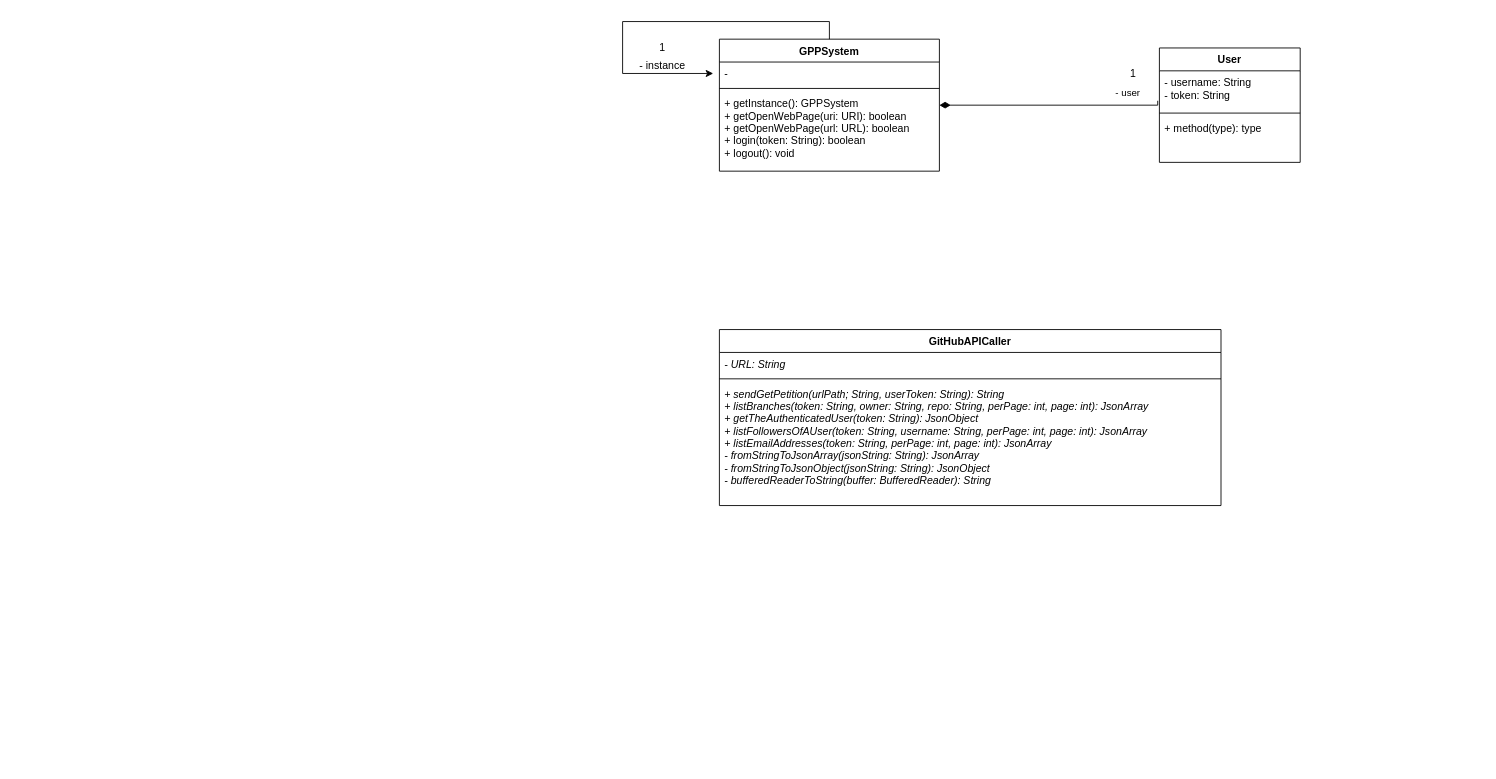
AitorMelero/GitHub_Parser_Project keeps this draw.io diagram as diagrams/GPP_diagram.drawio. Above is the earlier version. Source tidied: cells renumbered, new cells numbered last; positions are measured from the earlier drawing's top-left corner, leaving out a move shared by most shapes. Both pictures are drawn from the tidied source at 88%, with x=0, y=0 at pixel (622, 21).
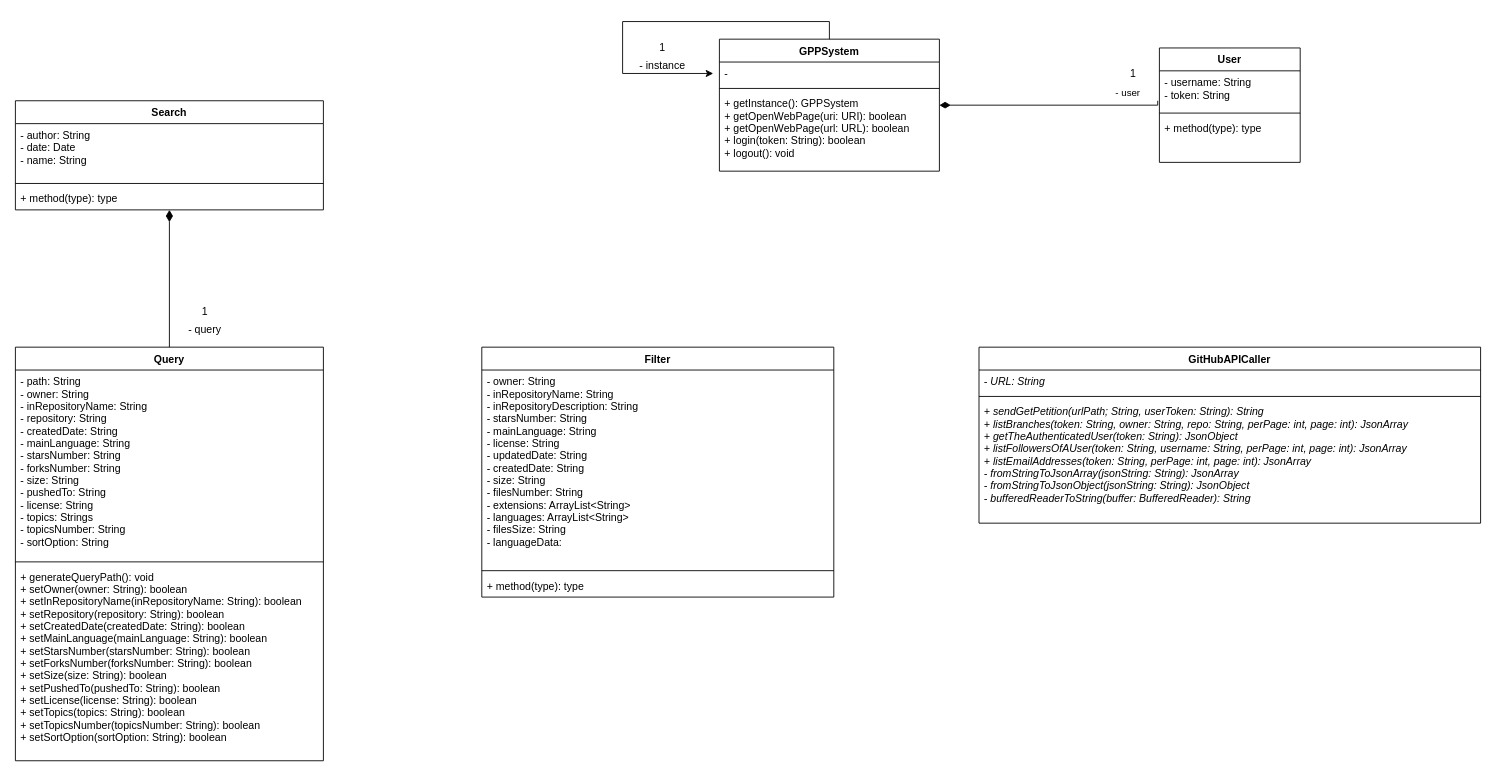
The same page after the edit.

Commit message (it also covers changes not shown here):
Updated: Diagramas de ficheros y de clases

Diff of the diagram source:
```diff
@@
     <mxCell id="16" value="GitHubAPICaller" style="swimlane;fontStyle=1;align=center;verticalAlign=top;horizontal=1;startSize=26;" parent="1" vertex="1">
-      <mxGeometry x="110" y="350" width="570" height="200" as="geometry" />
+      <mxGeometry x="405" y="370" width="570" height="200" as="geometry" />
     </mxCell>
@@
+    <mxCell id="20" value="Query" style="swimlane;fontStyle=1;align=center;verticalAlign=top;horizontal=1;startSize=26;" parent="1" vertex="1">
+      <mxGeometry x="-690" y="370" width="350" height="470" as="geometry" />
+    </mxCell>
+    <mxCell id="21" value="- path: String&#10;- owner: String&#10;- inRepositoryName: String&#10;- repository: String&#10;- createdDate: String&#10;- mainLanguage: String&#10;- starsNumber: String&#10;- forksNumber: String&#10;- size: String&#10;- pushedTo: String&#10;- license: String&#10;- topics: Strings&#10;- topicsNumber: String&#10;- sortOption: String" style="text;strokeColor=none;fillColor=none;align=left;verticalAlign=top;spacingLeft=4;spacingRight=4;overflow=hidden;" parent="20" vertex="1">
+      <mxGeometry y="26" width="350" height="214" as="geometry" />
+    </mxCell>
+    <mxCell id="22" style="line;strokeWidth=1;fillColor=none;align=left;verticalAlign=middle;spacingTop=-1;spacingLeft=3;spacingRight=3;labelPosition=right;" parent="20" vertex="1">
+      <mxGeometry y="240" width="350" height="8" as="geometry" />
+    </mxCell>
+    <mxCell id="23" value="+ generateQueryPath(): void&#10;+ setOwner(owner: String): boolean&#10;+ setInRepositoryName(inRepositoryName: String): boolean&#10;+ setRepository(repository: String): boolean&#10;+ setCreatedDate(createdDate: String): boolean&#10;+ setMainLanguage(mainLanguage: String): boolean&#10;+ setStarsNumber(starsNumber: String): boolean&#10;+ setForksNumber(forksNumber: String): boolean&#10;+ setSize(size: String): boolean&#10;+ setPushedTo(pushedTo: String): boolean&#10;+ setLicense(license: String): boolean&#10;+ setTopics(topics: String): boolean&#10;+ setTopicsNumber(topicsNumber: String): boolean&#10;+ setSortOption(sortOption: String): boolean" style="text;strokeColor=none;fillColor=none;align=left;verticalAlign=top;spacingLeft=4;spacingRight=4;overflow=hidden;" parent="20" vertex="1">
+      <mxGeometry y="248" width="350" height="222" as="geometry" />
+    </mxCell>
+    <mxCell id="24" style="edgeStyle=orthogonalEdgeStyle;rounded=0;jettySize=auto;html=1;entryX=0.5;entryY=0;entryDx=0;entryDy=0;endArrow=none;endFill=0;startArrow=diamondThin;startFill=1;strokeWidth=1;targetPerimeterSpacing=0;sourcePerimeterSpacing=0;startSize=11;" parent="1" edge="1" source="25" target="20">
+      <mxGeometry relative="1" as="geometry" />
+    </mxCell>
+    <mxCell id="25" value="Search" style="swimlane;fontStyle=1;align=center;verticalAlign=top;horizontal=1;startSize=26;" parent="1" vertex="1">
+      <mxGeometry x="-690" y="90" width="350" height="124" as="geometry" />
+    </mxCell>
+    <mxCell id="26" value="- author: String&#10;- date: Date&#10;- name: String" style="text;strokeColor=none;fillColor=none;align=left;verticalAlign=top;spacingLeft=4;spacingRight=4;overflow=hidden;" parent="25" vertex="1">
+      <mxGeometry y="26" width="350" height="64" as="geometry" />
+    </mxCell>
+    <mxCell id="27" style="line;strokeWidth=1;fillColor=none;align=left;verticalAlign=middle;spacingTop=-1;spacingLeft=3;spacingRight=3;labelPosition=right;" parent="25" vertex="1">
+      <mxGeometry y="90" width="350" height="8" as="geometry" />
+    </mxCell>
+    <mxCell id="28" value="+ method(type): type" style="text;strokeColor=none;fillColor=none;align=left;verticalAlign=top;spacingLeft=4;spacingRight=4;overflow=hidden;" parent="25" vertex="1">
+      <mxGeometry y="98" width="350" height="26" as="geometry" />
+    </mxCell>
+    <mxCell id="29" value="1" style="text;html=1;align=center;verticalAlign=middle;strokeColor=none;fillColor=none;" parent="1" vertex="1">
+      <mxGeometry x="-485" y="320" width="20" height="20" as="geometry" />
+    </mxCell>
+    <mxCell id="30" value="- query" style="text;html=1;align=center;verticalAlign=middle;strokeColor=none;fillColor=none;" parent="1" vertex="1">
+      <mxGeometry x="-500" y="340" width="50" height="20" as="geometry" />
+    </mxCell>
+    <mxCell id="31" value="Filter" style="swimlane;fontStyle=1;align=center;verticalAlign=top;horizontal=1;startSize=26;" parent="1" vertex="1">
+      <mxGeometry x="-160" y="370" width="400" height="284" as="geometry" />
+    </mxCell>
+    <mxCell id="32" value="- owner: String&#10;- inRepositoryName: String&#10;- inRepositoryDescription: String&#10;- starsNumber: String&#10;- mainLanguage: String&#10;- license: String&#10;- updatedDate: String&#10;- createdDate: String&#10;- size: String&#10;- filesNumber: String&#10;- extensions: ArrayList&lt;String&gt;&#10;- languages: ArrayList&lt;String&gt;&#10;- filesSize: String&#10;- languageData: " style="text;strokeColor=none;fillColor=none;align=left;verticalAlign=top;spacingLeft=4;spacingRight=4;overflow=hidden;" parent="31" vertex="1">
+      <mxGeometry y="26" width="400" height="224" as="geometry" />
+    </mxCell>
+    <mxCell id="33" style="line;strokeWidth=1;fillColor=none;align=left;verticalAlign=middle;spacingTop=-1;spacingLeft=3;spacingRight=3;labelPosition=right;" parent="31" vertex="1">
+      <mxGeometry y="250" width="400" height="8" as="geometry" />
+    </mxCell>
+    <mxCell id="34" value="+ method(type): type" style="text;strokeColor=none;fillColor=none;align=left;verticalAlign=top;spacingLeft=4;spacingRight=4;overflow=hidden;" parent="31" vertex="1">
+      <mxGeometry y="258" width="400" height="26" as="geometry" />
+    </mxCell>
```
